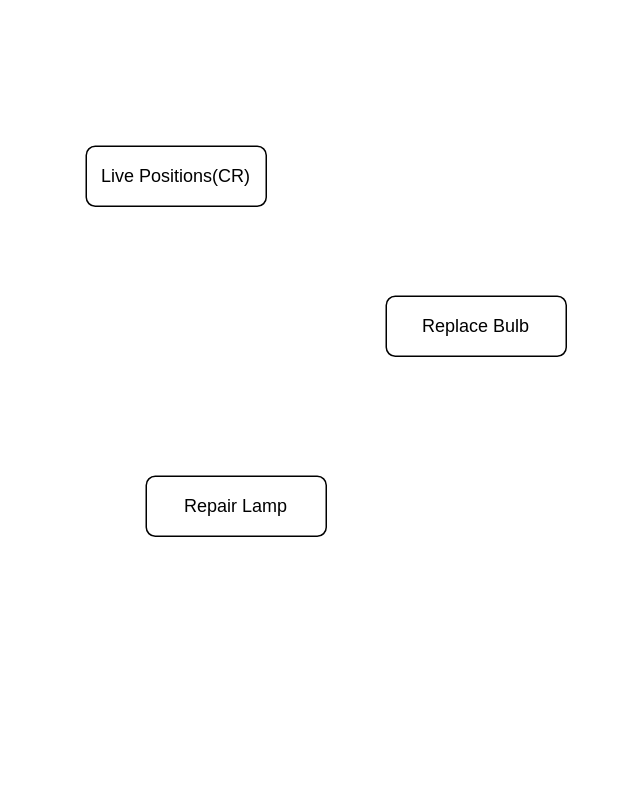
The draw.io diagram Untitled Diagram.drawio in arunkpk/AlgoTradingCode, before the edit. Source tidied: cells renumbered, new cells numbered last; positions are measured from the earlier drawing's top-left corner, leaving out a move shared by most shapes. Both pictures are drawn from the tidied source at 150%, with x=0, y=0 at pixel (86, 146).
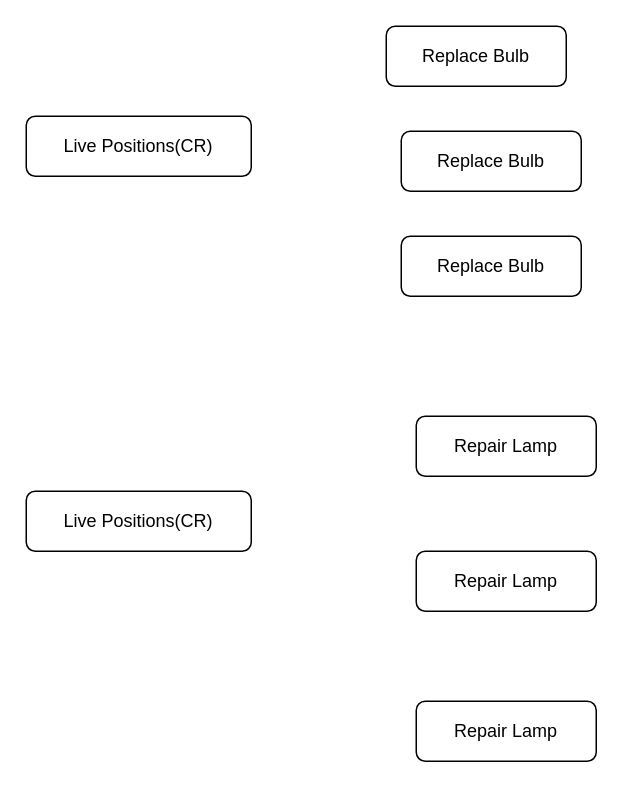
Above is the later version.

The edit, as a diff of the source:
```diff
@@
 <mxGraphModel>
   <root>
     <mxCell id="0" />
     <mxCell id="1" parent="0" />
     <mxCell id="2" value="Live Positions(CR)" style="rounded=1;whiteSpace=wrap;html=1;fontSize=12;glass=0;strokeWidth=1;shadow=0;" parent="1" vertex="1">
-      <mxGeometry width="120" height="40" as="geometry" />
+      <mxGeometry x="-40" y="-20" width="150" height="40" as="geometry" />
     </mxCell>
     <mxCell id="3" value="Repair Lamp" style="rounded=1;whiteSpace=wrap;html=1;fontSize=12;glass=0;strokeWidth=1;shadow=0;" parent="1" vertex="1">
-      <mxGeometry x="40" y="220" width="120" height="40" as="geometry" />
+      <mxGeometry x="220" y="180" width="120" height="40" as="geometry" />
     </mxCell>
     <mxCell id="4" value="Replace Bulb" style="rounded=1;whiteSpace=wrap;html=1;fontSize=12;glass=0;strokeWidth=1;shadow=0;" parent="1" vertex="1">
-      <mxGeometry x="200" y="100" width="120" height="40" as="geometry" />
+      <mxGeometry x="200" y="-80" width="120" height="40" as="geometry" />
     </mxCell>
+    <mxCell id="5" value="Live Positions(CR)" style="rounded=1;whiteSpace=wrap;html=1;fontSize=12;glass=0;strokeWidth=1;shadow=0;" parent="1" vertex="1">
+      <mxGeometry x="-40" y="230" width="150" height="40" as="geometry" />
+    </mxCell>
+    <mxCell id="6" value="Replace Bulb" style="rounded=1;whiteSpace=wrap;html=1;fontSize=12;glass=0;strokeWidth=1;shadow=0;" parent="1" vertex="1">
+      <mxGeometry x="210" y="-10" width="120" height="40" as="geometry" />
+    </mxCell>
+    <mxCell id="7" value="Replace Bulb" style="rounded=1;whiteSpace=wrap;html=1;fontSize=12;glass=0;strokeWidth=1;shadow=0;" parent="1" vertex="1">
+      <mxGeometry x="210" y="60" width="120" height="40" as="geometry" />
+    </mxCell>
+    <mxCell id="8" value="Repair Lamp" style="rounded=1;whiteSpace=wrap;html=1;fontSize=12;glass=0;strokeWidth=1;shadow=0;" parent="1" vertex="1">
+      <mxGeometry x="220" y="270" width="120" height="40" as="geometry" />
+    </mxCell>
+    <mxCell id="9" value="Repair Lamp" style="rounded=1;whiteSpace=wrap;html=1;fontSize=12;glass=0;strokeWidth=1;shadow=0;" parent="1" vertex="1">
+      <mxGeometry x="220" y="370" width="120" height="40" as="geometry" />
+    </mxCell>
   </root>
 </mxGraphModel>
```
